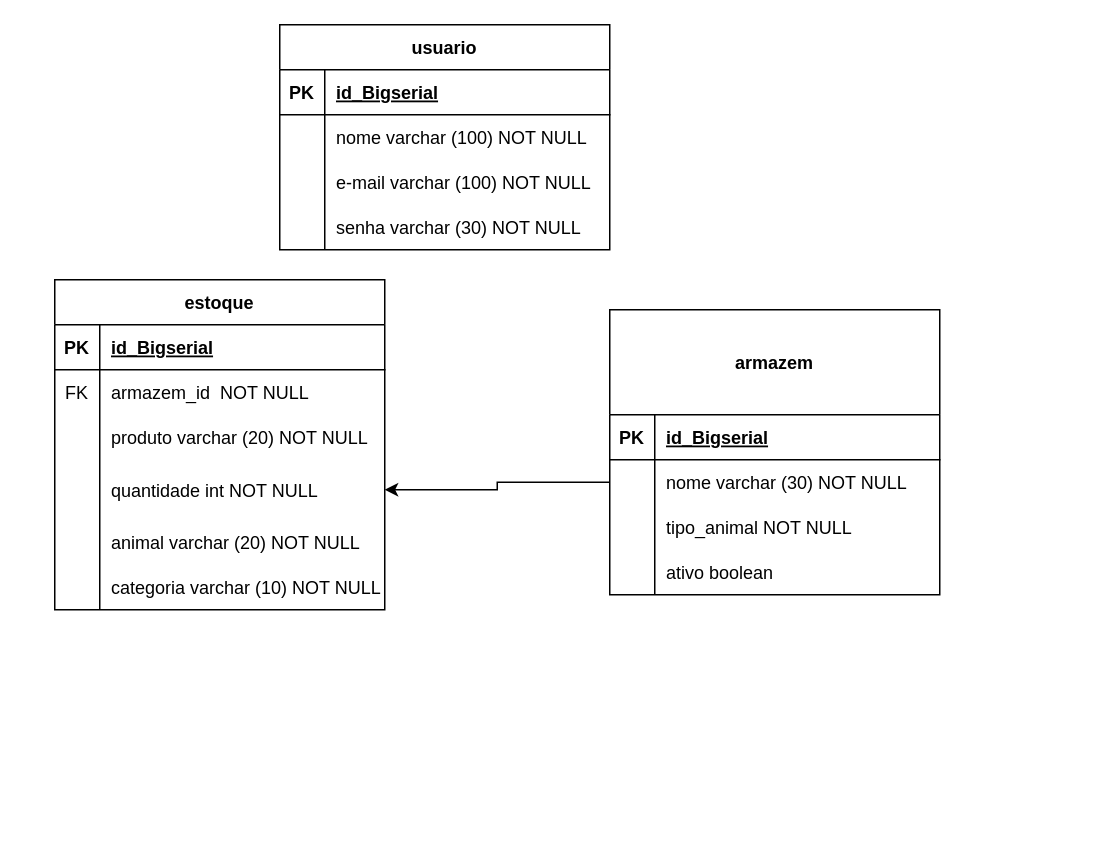
This is Devin-adoção.drawio from FuturoDEV-Ingleses/SQUAD02-Back-End-, a draw.io file, before an edit. Source tidied: cells renumbered, new cells numbered last; positions are measured from the earlier drawing's top-left corner, leaving out a move shared by most shapes. Both pictures are drawn from the tidied source at 150%, with x=0, y=0 at pixel (54, 24).
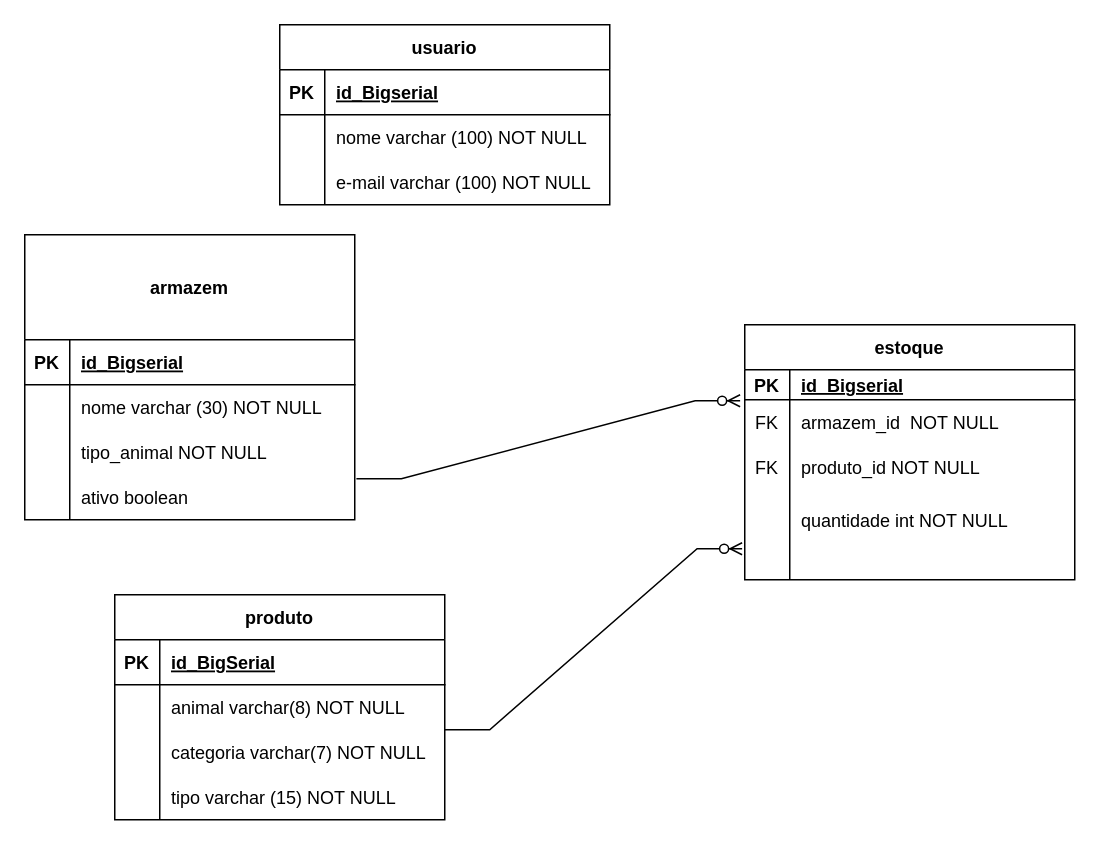
After the change.

The change refers to these unchanged cells:
```xml
<mxCell id="38" style="shape=tableRow;horizontal=0;startSize=0;swimlaneHead=0;swimlaneBody=0;fillColor=none;points=[[0,0.5],[1,0.5]];portConstraint=eastwest;top=0;left=0;right=0;bottom=0;" parent="34" vertex="1">
  <mxGeometry y="100" width="220" height="30" as="geometry" />
</mxCell>
<mxCell id="44" style="shape=tableRow;horizontal=0;startSize=0;swimlaneHead=0;swimlaneBody=0;fillColor=none;points=[[0,0.5],[1,0.5]];portConstraint=eastwest;top=0;left=0;right=0;bottom=0;" parent="34" vertex="1">
  <mxGeometry y="160" width="220" height="30" as="geometry" />
</mxCell>
```

Change to the diagram source:
```diff
@@
     <mxCell id="2" value="usuario" style="shape=table;startSize=30;childLayout=tableLayout;rowLines=0;fontStyle=1;align=center;" parent="1" vertex="1">
-      <mxGeometry x="150" width="220" height="150" as="geometry" />
+      <mxGeometry x="150" width="220" height="120" as="geometry" />
     </mxCell>
@@
-    <mxCell id="12" style="shape=tableRow;horizontal=0;startSize=0;swimlaneHead=0;swimlaneBody=0;fillColor=none;top=0;left=0;right=0;bottom=0;" parent="2" vertex="1">
-      <mxGeometry y="120" width="220" height="30" as="geometry" />
-    </mxCell>
-    <mxCell id="13" style="shape=partialRectangle;fillColor=none;top=0;left=0;bottom=0;right=0;overflow=hidden;" parent="12" vertex="1">
-      <mxGeometry width="30" height="30" as="geometry" />
-    </mxCell>
-    <mxCell id="14" value="senha varchar (30) NOT NULL" style="shape=partialRectangle;fillColor=none;top=0;left=0;bottom=0;right=0;align=left;spacingLeft=6;overflow=hidden;" parent="12" vertex="1">
-      <mxGeometry x="30" width="190" height="30" as="geometry" />
-    </mxCell>
     <mxCell id="15" value="estoque" style="shape=table;startSize=30;childLayout=tableLayout;rowLines=0;fontStyle=1;align=center;" parent="1" vertex="1">
-      <mxGeometry y="170" width="220" height="220" as="geometry" />
+      <mxGeometry x="460" y="200" width="220" height="170" as="geometry" />
     </mxCell>
     <mxCell id="16" style="shape=tableRow;horizontal=0;startSize=0;swimlaneHead=0;swimlaneBody=0;fillColor=none;top=0;left=0;right=0;bottom=1;" parent="15" vertex="1">
-      <mxGeometry y="30" width="220" height="30" as="geometry" />
+      <mxGeometry y="30" width="220" height="20" as="geometry" />
     </mxCell>
     <mxCell id="17" value="PK" style="shape=partialRectangle;fillColor=none;top=0;left=0;bottom=0;right=0;fontStyle=1;overflow=hidden;" parent="16" vertex="1">
-      <mxGeometry width="30" height="30" as="geometry" />
+      <mxGeometry width="30" height="20" as="geometry" />
     </mxCell>
     <mxCell id="18" value="id_Bigserial" style="shape=partialRectangle;fillColor=none;top=0;left=0;bottom=0;right=0;align=left;spacingLeft=6;fontStyle=5;overflow=hidden;" parent="16" vertex="1">
-      <mxGeometry x="30" width="190" height="30" as="geometry" />
+      <mxGeometry x="30" width="190" height="20" as="geometry" />
     </mxCell>
     <mxCell id="19" style="shape=tableRow;horizontal=0;startSize=0;swimlaneHead=0;swimlaneBody=0;fillColor=none;points=[[0,0.5],[1,0.5]];portConstraint=eastwest;top=0;left=0;right=0;bottom=0;" parent="15" vertex="1">
-      <mxGeometry y="60" width="220" height="30" as="geometry" />
+      <mxGeometry y="50" width="220" height="30" as="geometry" />
     </mxCell>
@@
     <mxCell id="22" style="shape=tableRow;horizontal=0;startSize=0;swimlaneHead=0;swimlaneBody=0;fillColor=none;top=0;left=0;right=0;bottom=0;" parent="15" vertex="1">
-      <mxGeometry y="90" width="220" height="30" as="geometry" />
+      <mxGeometry y="80" width="220" height="30" as="geometry" />
     </mxCell>
-    <mxCell id="23" style="shape=partialRectangle;fillColor=none;top=0;left=0;bottom=0;right=0;overflow=hidden;" parent="22" vertex="1">
+    <mxCell id="23" value="FK" style="shape=partialRectangle;fillColor=none;top=0;left=0;bottom=0;right=0;overflow=hidden;" parent="22" vertex="1">
       <mxGeometry width="30" height="30" as="geometry" />
     </mxCell>
-    <mxCell id="24" value="produto varchar (20) NOT NULL" style="shape=partialRectangle;fillColor=none;top=0;left=0;bottom=0;right=0;align=left;spacingLeft=6;overflow=hidden;" parent="22" vertex="1">
+    <mxCell id="24" value="produto_id NOT NULL" style="shape=partialRectangle;fillColor=none;top=0;left=0;bottom=0;right=0;align=left;spacingLeft=6;overflow=hidden;" parent="22" vertex="1">
       <mxGeometry x="30" width="190" height="30" as="geometry" />
     </mxCell>
     <mxCell id="25" style="shape=tableRow;horizontal=0;startSize=0;swimlaneHead=0;swimlaneBody=0;fillColor=none;points=[[0,0.5],[1,0.5]];portConstraint=eastwest;top=0;left=0;right=0;bottom=0;" parent="15" vertex="1">
-      <mxGeometry y="120" width="220" height="40" as="geometry" />
+      <mxGeometry y="110" width="220" height="40" as="geometry" />
     </mxCell>
@@
     <mxCell id="28" style="shape=tableRow;horizontal=0;startSize=0;swimlaneHead=0;swimlaneBody=0;fillColor=none;points=[[0,0.5],[1,0.5]];portConstraint=eastwest;top=0;left=0;right=0;bottom=0;" parent="15" vertex="1">
-      <mxGeometry y="160" width="220" height="30" as="geometry" />
+      <mxGeometry y="150" width="220" height="20" as="geometry" />
     </mxCell>
     <mxCell id="29" style="shape=partialRectangle;fillColor=none;top=0;left=0;bottom=0;right=0;overflow=hidden;" parent="28" vertex="1">
-      <mxGeometry width="30" height="30" as="geometry" />
+      <mxGeometry width="30" height="20" as="geometry" />
     </mxCell>
-    <mxCell id="30" value="animal varchar (20) NOT NULL" style="shape=partialRectangle;fillColor=none;top=0;left=0;bottom=0;right=0;align=left;spacingLeft=6;overflow=hidden;" parent="28" vertex="1">
-      <mxGeometry x="30" width="190" height="30" as="geometry" />
+    <mxCell id="30" style="shape=partialRectangle;fillColor=none;top=0;left=0;bottom=0;right=0;align=left;spacingLeft=6;overflow=hidden;" parent="28" vertex="1">
+      <mxGeometry x="30" width="190" height="20" as="geometry" />
     </mxCell>
-    <mxCell id="31" style="shape=tableRow;horizontal=0;startSize=0;swimlaneHead=0;swimlaneBody=0;fillColor=none;top=0;left=0;right=0;bottom=0;" parent="15" vertex="1">
-      <mxGeometry y="190" width="220" height="30" as="geometry" />
-    </mxCell>
-    <mxCell id="32" style="shape=partialRectangle;fillColor=none;top=0;left=0;bottom=0;right=0;overflow=hidden;" parent="31" vertex="1">
-      <mxGeometry width="30" height="30" as="geometry" />
-    </mxCell>
-    <mxCell id="33" value="categoria varchar (10) NOT NULL" style="shape=partialRectangle;fillColor=none;top=0;left=0;bottom=0;right=0;align=left;spacingLeft=6;overflow=hidden;" parent="31" vertex="1">
-      <mxGeometry x="30" width="190" height="30" as="geometry" />
-    </mxCell>
     <mxCell id="34" value="armazem" style="shape=table;startSize=70;childLayout=tableLayout;rowLines=0;fontStyle=1;align=center;" parent="1" vertex="1">
-      <mxGeometry x="370" y="190" width="220" height="190" as="geometry" />
+      <mxGeometry x="-20" y="140" width="220" height="190" as="geometry" />
     </mxCell>
@@
-    <mxCell id="47" style="edgeStyle=orthogonalEdgeStyle;rounded=0;jettySize=auto;html=1;exitX=0;exitY=0.5;exitDx=0;exitDy=0;entryX=1;entryY=0.5;entryDx=0;entryDy=0;" parent="1" edge="1" source="38" target="25">
-      <mxGeometry relative="1" as="geometry" />
-    </mxCell>
+    <mxCell id="48" value="produto" style="shape=table;startSize=30;childLayout=tableLayout;rowLines=0;fontStyle=1;align=center;" parent="1" vertex="1">
+      <mxGeometry x="40" y="380" width="220" height="150" as="geometry" />
+    </mxCell>
+    <mxCell id="49" style="shape=tableRow;horizontal=0;startSize=0;swimlaneHead=0;swimlaneBody=0;fillColor=none;top=0;left=0;right=0;bottom=1;" parent="48" vertex="1">
+      <mxGeometry y="30" width="220" height="30" as="geometry" />
+    </mxCell>
+    <mxCell id="50" value="PK" style="shape=partialRectangle;fillColor=none;top=0;left=0;bottom=0;right=0;fontStyle=1;overflow=hidden;" parent="49" vertex="1">
+      <mxGeometry width="30" height="30" as="geometry" />
+    </mxCell>
+    <mxCell id="51" value="id_BigSerial" style="shape=partialRectangle;fillColor=none;top=0;left=0;bottom=0;right=0;align=left;spacingLeft=6;fontStyle=5;overflow=hidden;" parent="49" vertex="1">
+      <mxGeometry x="30" width="190" height="30" as="geometry" />
+    </mxCell>
+    <mxCell id="52" style="shape=tableRow;horizontal=0;startSize=0;swimlaneHead=0;swimlaneBody=0;fillColor=none;top=0;left=0;right=0;bottom=0;" parent="48" vertex="1">
+      <mxGeometry y="60" width="220" height="30" as="geometry" />
+    </mxCell>
+    <mxCell id="53" style="shape=partialRectangle;fillColor=none;top=0;left=0;bottom=0;right=0;overflow=hidden;" parent="52" vertex="1">
+      <mxGeometry width="30" height="30" as="geometry" />
+    </mxCell>
+    <mxCell id="54" value="animal varchar(8) NOT NULL" style="shape=partialRectangle;fillColor=none;top=0;left=0;bottom=0;right=0;align=left;spacingLeft=6;overflow=hidden;" parent="52" vertex="1">
+      <mxGeometry x="30" width="190" height="30" as="geometry" />
+    </mxCell>
+    <mxCell id="55" style="shape=tableRow;horizontal=0;startSize=0;swimlaneHead=0;swimlaneBody=0;fillColor=none;top=0;left=0;right=0;bottom=0;" parent="48" vertex="1">
+      <mxGeometry y="90" width="220" height="30" as="geometry" />
+    </mxCell>
+    <mxCell id="56" style="shape=partialRectangle;fillColor=none;top=0;left=0;bottom=0;right=0;overflow=hidden;" parent="55" vertex="1">
+      <mxGeometry width="30" height="30" as="geometry" />
+    </mxCell>
+    <mxCell id="57" value="categoria varchar(7) NOT NULL" style="shape=partialRectangle;fillColor=none;top=0;left=0;bottom=0;right=0;align=left;spacingLeft=6;overflow=hidden;" parent="55" vertex="1">
+      <mxGeometry x="30" width="190" height="30" as="geometry" />
+    </mxCell>
+    <mxCell id="12" style="shape=tableRow;horizontal=0;startSize=0;swimlaneHead=0;swimlaneBody=0;fillColor=none;top=0;left=0;right=0;bottom=0;" parent="48" vertex="1">
+      <mxGeometry y="120" width="220" height="30" as="geometry" />
+    </mxCell>
+    <mxCell id="58" style="shape=partialRectangle;fillColor=none;top=0;left=0;bottom=0;right=0;overflow=hidden;" parent="12" vertex="1">
+      <mxGeometry width="30" height="30" as="geometry" />
+    </mxCell>
+    <mxCell id="59" value="tipo varchar (15) NOT NULL" style="shape=partialRectangle;fillColor=none;top=0;left=0;bottom=0;right=0;align=left;spacingLeft=6;overflow=hidden;" parent="12" vertex="1">
+      <mxGeometry x="30" width="190" height="30" as="geometry" />
+    </mxCell>
+    <mxCell id="60" style="edgeStyle=entityRelationEdgeStyle;fontSize=12;html=1;endArrow=ERzeroToMany;endFill=1;rounded=0;entryX=-0.008;entryY=-0.033;entryDx=0;entryDy=0;entryPerimeter=0;" parent="1" edge="1" target="28">
+      <mxGeometry relative="1" as="geometry">
+        <mxPoint x="260" y="470" as="sourcePoint" />
+      </mxGeometry>
+    </mxCell>
+    <mxCell id="61" style="edgeStyle=entityRelationEdgeStyle;fontSize=12;html=1;endArrow=ERzeroToMany;endFill=1;rounded=0;entryX=-0.014;entryY=0.022;entryDx=0;entryDy=0;entryPerimeter=0;exitX=1.005;exitY=0.089;exitDx=0;exitDy=0;exitPerimeter=0;" parent="1" edge="1" source="44" target="19">
+      <mxGeometry relative="1" as="geometry" />
+    </mxCell>
```
